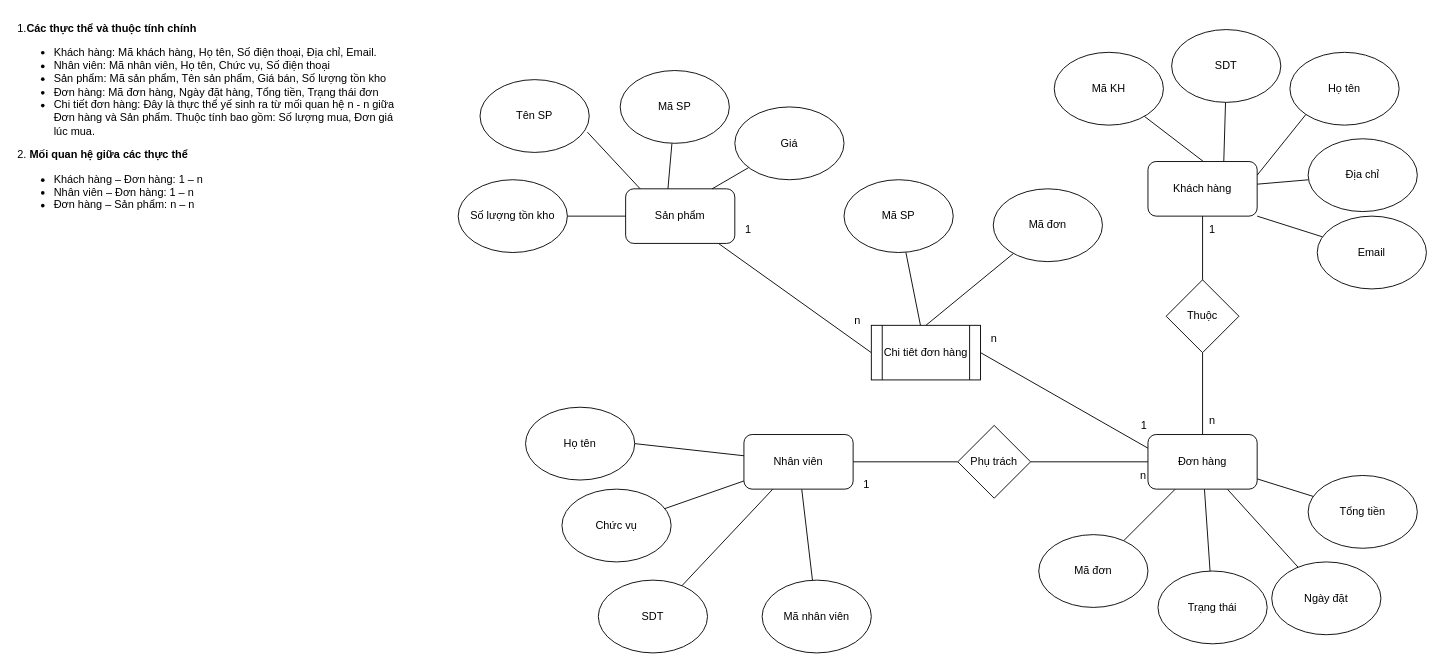
The draw.io diagram cau2.drawio in DuyTrung8403/session1-rikkei, before the edit. Source tidied: cells renumbered, new cells numbered last; positions are measured from the earlier drawing's top-left corner, leaving out a move shared by most shapes. Both pictures are drawn from the tidied source at 91%, with x=0, y=0 at pixel (15, 15).
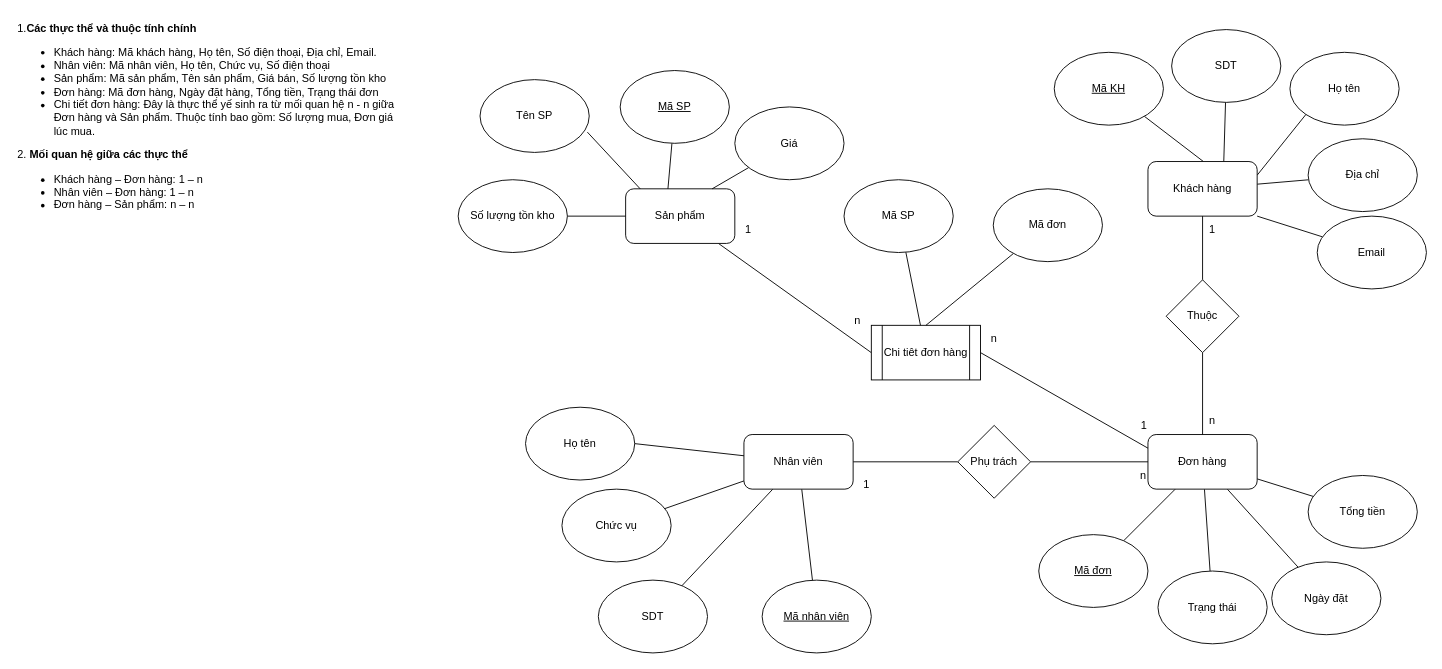
The same page after the edit.

Change to the diagram source:
```diff
@@
-    <mxCell id="9" value="Mã KH" style="ellipse;whiteSpace=wrap;html=1;" parent="1" vertex="1">
+    <mxCell id="9" value="Mã KH" style="ellipse;whiteSpace=wrap;html=1;fontStyle=4;" parent="1" vertex="1">
       <mxGeometry x="1141" y="40" width="120" height="80" as="geometry" />
     </mxCell>
@@
-    <mxCell id="20" value="Mã nhân viên" style="ellipse;whiteSpace=wrap;html=1;" parent="1" vertex="1">
+    <mxCell id="20" value="Mã nhân viên" style="ellipse;whiteSpace=wrap;html=1;fontStyle=4;" parent="1" vertex="1">
       <mxGeometry x="820" y="620" width="120" height="80" as="geometry" />
     </mxCell>
@@
-    <mxCell id="28" value="Mã SP" style="ellipse;whiteSpace=wrap;html=1;" parent="1" vertex="1">
+    <mxCell id="28" value="Mã SP" style="ellipse;whiteSpace=wrap;html=1;fontStyle=4;" parent="1" vertex="1">
       <mxGeometry x="664" y="60" width="120" height="80" as="geometry" />
     </mxCell>
@@
-    <mxCell id="39" value="Mã đơn" style="ellipse;whiteSpace=wrap;html=1;" parent="1" vertex="1">
+    <mxCell id="39" value="Mã đơn" style="ellipse;whiteSpace=wrap;html=1;fontStyle=4;" parent="1" vertex="1">
       <mxGeometry x="1124" y="570" width="120" height="80" as="geometry" />
     </mxCell>
```
